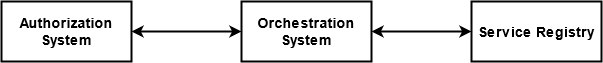
The draw.io diagram images/coresystems.png in psailer1/MasterThesis, before a commit. Source tidied: cells renumbered, new cells last; positions are measured from the earlier drawing's top-left corner, leaving out a move shared by most shapes. The source it was exported from:
```xml
<mxGraphModel>
  <root>
    <mxCell id="0" />
    <mxCell id="1" parent="0" />
    <mxCell id="2" value="Authorization System" style="rounded=0;whiteSpace=wrap;html=1;fontSize=14;fontStyle=1;strokeWidth=2;" parent="1" vertex="1">
      <mxGeometry width="130" height="60" as="geometry" />
    </mxCell>
    <mxCell id="3" value="Orchestration System" style="rounded=0;whiteSpace=wrap;html=1;fontSize=14;fontStyle=1;strokeWidth=2;" parent="1" vertex="1">
      <mxGeometry x="240" width="130" height="60" as="geometry" />
    </mxCell>
    <mxCell id="4" value="Service Registry" style="rounded=0;whiteSpace=wrap;html=1;fontSize=14;fontStyle=1;strokeWidth=2;" parent="1" vertex="1">
      <mxGeometry x="470" width="130" height="60" as="geometry" />
    </mxCell>
    <mxCell id="5" style="endArrow=classic;html=1;fontSize=14;exitX=1;exitY=0.5;exitDx=0;exitDy=0;entryX=0;entryY=0.5;entryDx=0;entryDy=0;strokeWidth=2;startArrow=classic;startFill=1;" parent="1" edge="1" source="3" target="4">
      <mxGeometry relative="1" as="geometry">
        <Array as="points">
          <mxPoint x="410" y="30" />
        </Array>
      </mxGeometry>
    </mxCell>
    <mxCell id="6" style="endArrow=classic;html=1;fontSize=14;exitX=0;exitY=0.5;exitDx=0;exitDy=0;entryX=1;entryY=0.5;entryDx=0;entryDy=0;strokeWidth=2;startArrow=classic;startFill=1;" parent="1" edge="1" source="3" target="2">
      <mxGeometry relative="1" as="geometry" />
    </mxCell>
  </root>
</mxGraphModel>
```
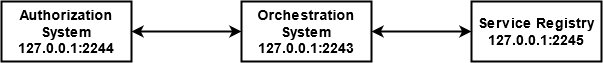
The same file after the commit.

What changed in the source:
```diff
@@ -2,13 +2,13 @@
   <root>
     <mxCell id="0" />
     <mxCell id="1" parent="0" />
-    <mxCell id="2" value="Authorization System" style="rounded=0;whiteSpace=wrap;html=1;fontSize=14;fontStyle=1;strokeWidth=2;" parent="1" vertex="1">
+    <mxCell id="2" value="&lt;div&gt;Authorization System&lt;/div&gt;&lt;div&gt;127.0.0.1:2244&lt;br&gt;&lt;/div&gt;" style="rounded=0;whiteSpace=wrap;html=1;fontSize=14;fontStyle=1;strokeWidth=2;" parent="1" vertex="1">
       <mxGeometry width="130" height="60" as="geometry" />
     </mxCell>
-    <mxCell id="3" value="Orchestration System" style="rounded=0;whiteSpace=wrap;html=1;fontSize=14;fontStyle=1;strokeWidth=2;" parent="1" vertex="1">
+    <mxCell id="3" value="&lt;div&gt;Orchestration System&lt;/div&gt;&lt;div&gt;127.0.0.1:2243&lt;/div&gt;" style="rounded=0;whiteSpace=wrap;html=1;fontSize=14;fontStyle=1;strokeWidth=2;" parent="1" vertex="1">
       <mxGeometry x="240" width="130" height="60" as="geometry" />
     </mxCell>
-    <mxCell id="4" value="Service Registry" style="rounded=0;whiteSpace=wrap;html=1;fontSize=14;fontStyle=1;strokeWidth=2;" parent="1" vertex="1">
+    <mxCell id="4" value="&lt;div&gt;Service Registry&lt;/div&gt;127.0.0.1:2245" style="rounded=0;whiteSpace=wrap;html=1;fontSize=14;fontStyle=1;strokeWidth=2;" parent="1" vertex="1">
       <mxGeometry x="470" width="130" height="60" as="geometry" />
     </mxCell>
     <mxCell id="5" style="endArrow=classic;html=1;fontSize=14;exitX=1;exitY=0.5;exitDx=0;exitDy=0;entryX=0;entryY=0.5;entryDx=0;entryDy=0;strokeWidth=2;startArrow=classic;startFill=1;" parent="1" edge="1" source="3" target="4">
```
